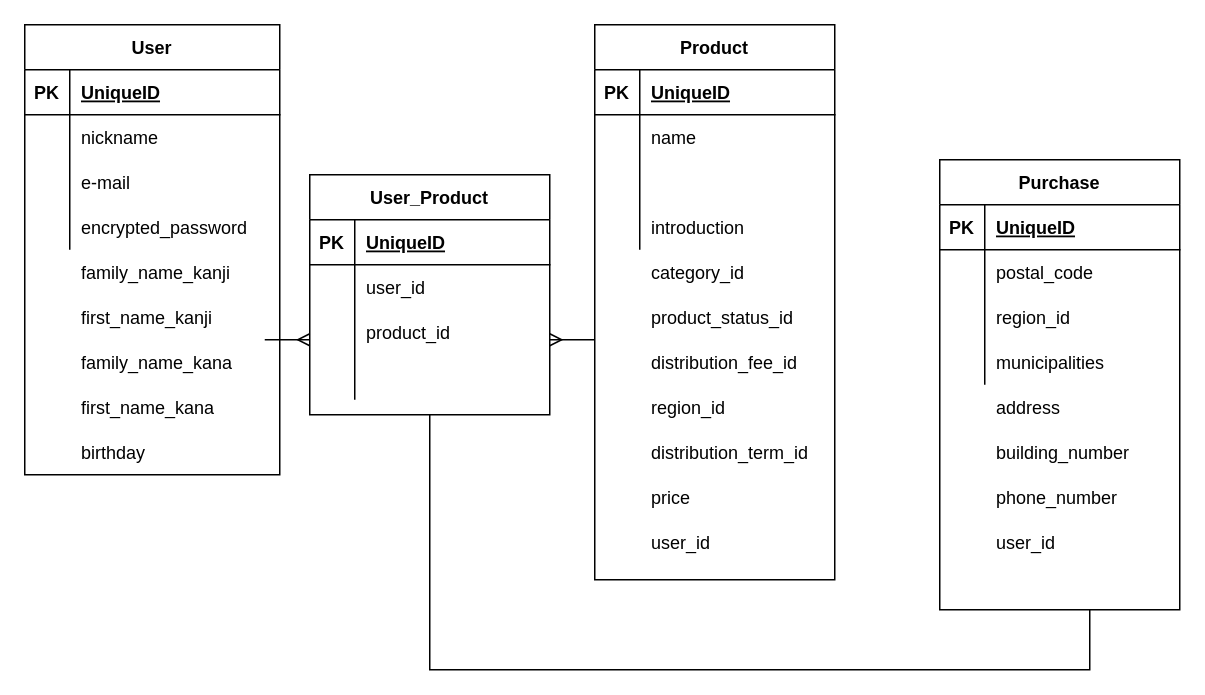
This is furima.dio from kammy0603/furima-30941, a draw.io file, before an edit. Source tidied: cells renumbered, new cells numbered last; positions are measured from the earlier drawing's top-left corner, leaving out a move shared by most shapes. Both pictures are drawn from the tidied source at 150%, with x=0, y=0 at pixel (24, 24).
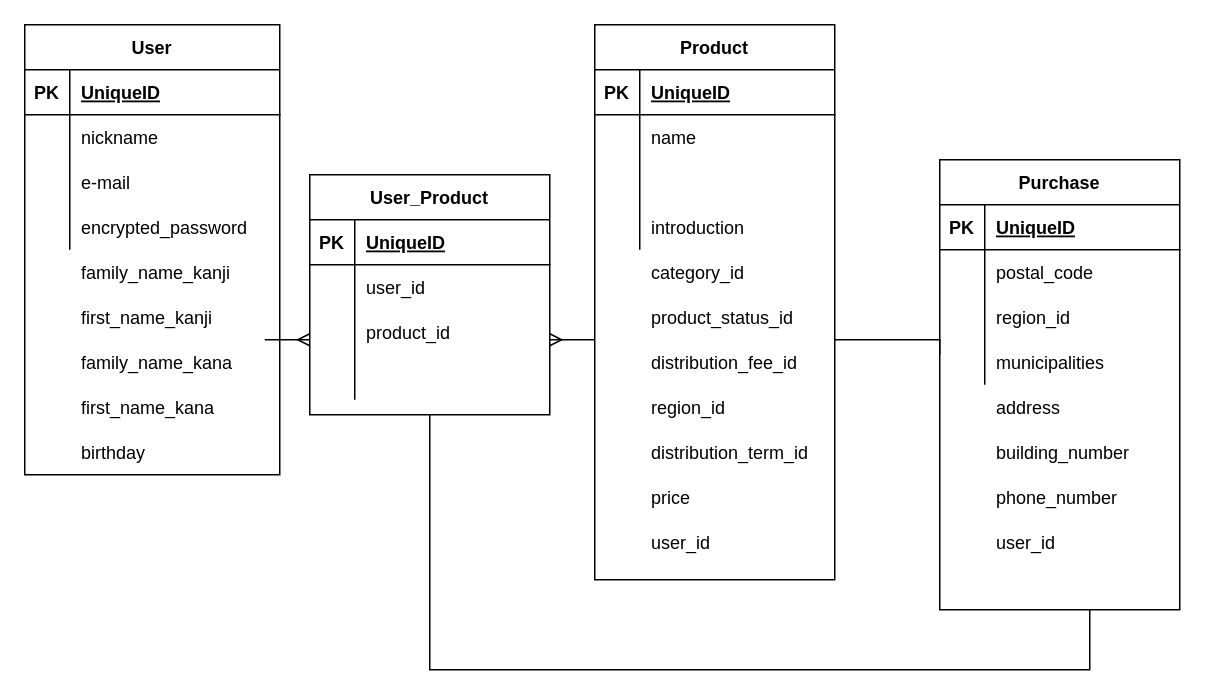
The same page after the edit.

Change to the diagram source:
```diff
@@
+    <mxCell id="96" style="edgeStyle=orthogonalEdgeStyle;rounded=0;orthogonalLoop=1;jettySize=auto;html=1;endArrow=none;endFill=0;" parent="1" edge="1">
+      <mxGeometry relative="1" as="geometry">
+        <mxPoint x="540" y="210" as="sourcePoint" />
+        <mxPoint x="610" y="210" as="targetPoint" />
+        <Array as="points">
+          <mxPoint x="610" y="210" />
+          <mxPoint x="610" y="220" />
+        </Array>
+      </mxGeometry>
+    </mxCell>
```
